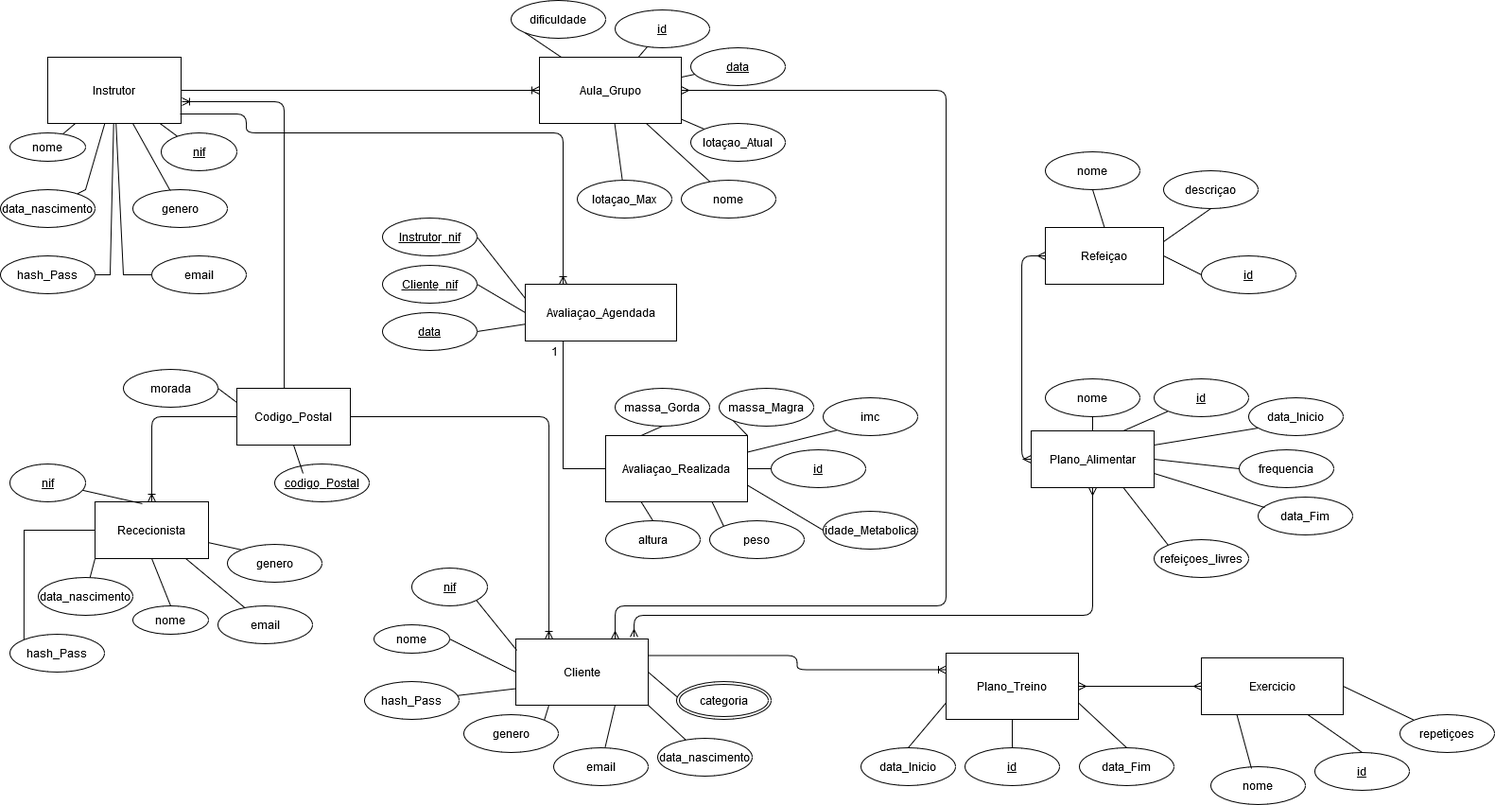
The draw.io diagram UMFit-DataBase/Modelo_Conceptual.png in devzizu/umfit, before a commit. Source tidied: cells renumbered, new cells last; positions are measured from the earlier drawing's top-left corner, leaving out a move shared by most shapes.
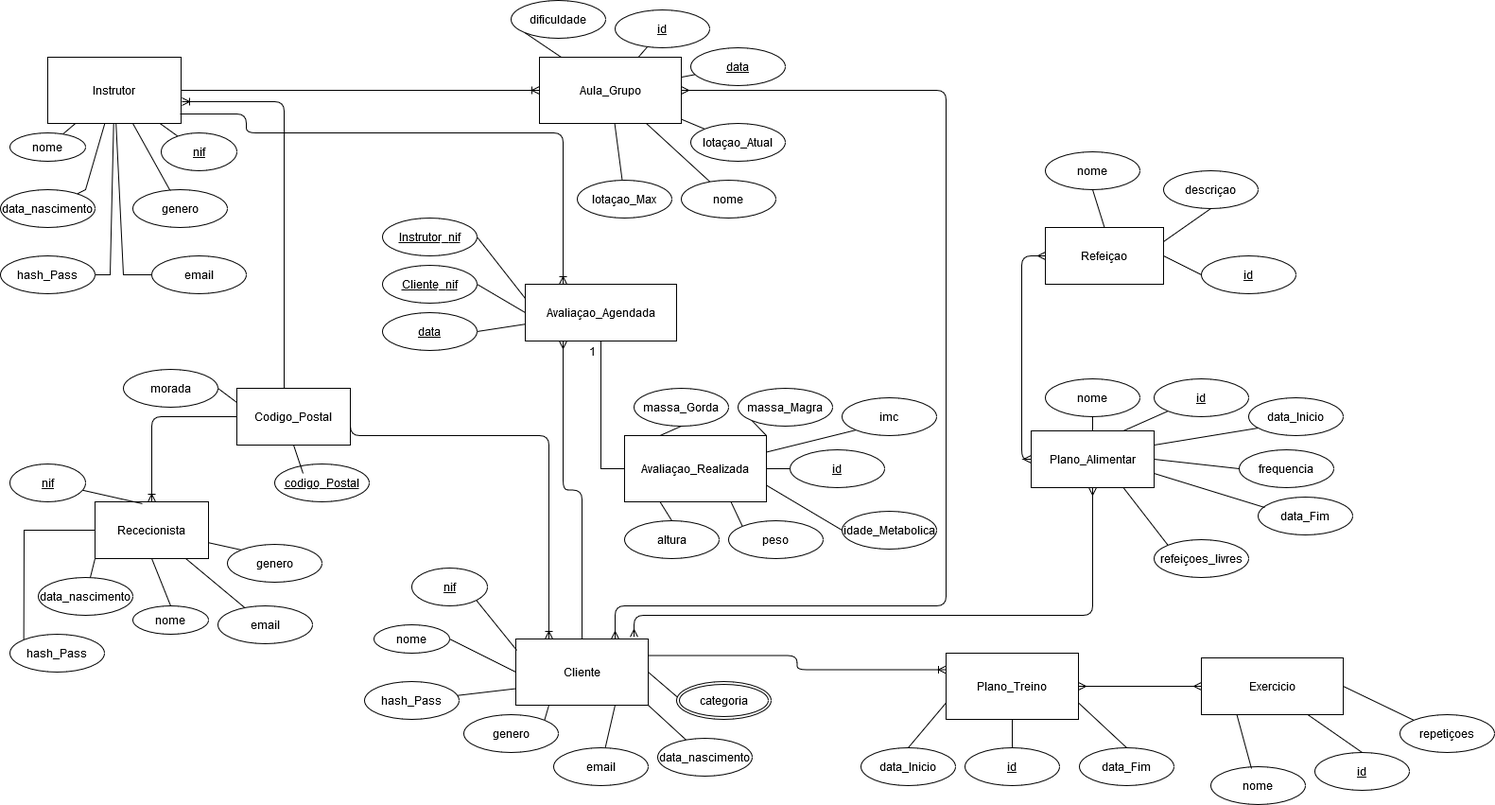
Later version of the same file.

Commit message:
Correçao do Modelo Conceptual

Diff of the diagram source:
```diff
@@ -205,7 +205,12 @@
       </mxGeometry>
     </mxCell>
     <mxCell id="61" style="edgeStyle=orthogonalEdgeStyle;fontSize=12;html=1;endArrow=ERoneToMany;exitX=1;exitY=0.5;exitDx=0;exitDy=0;entryX=0.25;entryY=0;entryDx=0;entryDy=0;" parent="1" edge="1" source="56" target="42">
-      <mxGeometry relative="1" as="geometry" />
+      <mxGeometry relative="1" as="geometry">
+        <Array as="points">
+          <mxPoint x="370" y="460" />
+          <mxPoint x="580" y="460" />
+        </Array>
+      </mxGeometry>
     </mxCell>
     <mxCell id="62" style="edgeStyle=orthogonalEdgeStyle;fontSize=12;html=1;endArrow=ERoneToMany;exitX=0;exitY=0.5;exitDx=0;exitDy=0;entryX=0.5;entryY=0;entryDx=0;entryDy=0;" parent="1" edge="1" source="56" target="29">
       <mxGeometry relative="1" as="geometry" />
@@ -220,7 +225,7 @@
       <mxGeometry x="404" y="230" width="100" height="40" as="geometry" />
     </mxCell>
     <mxCell id="66" value="id" style="ellipse;whiteSpace=wrap;html=1;align=center;fontStyle=4;rounded=0;shadow=0;comic=0;" parent="1" vertex="1">
-      <mxGeometry x="815" y="475" width="100" height="40" as="geometry" />
+      <mxGeometry x="835" y="475" width="100" height="40" as="geometry" />
     </mxCell>
     <mxCell id="67" value="&lt;div&gt;Cliente_nif&lt;/div&gt;" style="ellipse;whiteSpace=wrap;html=1;align=center;fontStyle=4;rounded=0;shadow=0;comic=0;" parent="1" vertex="1">
       <mxGeometry x="404" y="280" width="100" height="40" as="geometry" />
@@ -238,7 +243,7 @@
       <mxGeometry relative="1" as="geometry" />
     </mxCell>
     <mxCell id="72" value="&lt;div&gt;Avaliaçao_Realizada&lt;/div&gt;" style="whiteSpace=wrap;html=1;align=center;rounded=0;shadow=0;comic=0;" parent="1" vertex="1">
-      <mxGeometry x="640" y="460" width="150" height="70" as="geometry" />
+      <mxGeometry x="660" y="460" width="150" height="70" as="geometry" />
     </mxCell>
     <mxCell id="73" style="edgeStyle=orthogonalEdgeStyle;fontSize=12;html=1;endArrow=ERoneToMany;exitX=0.993;exitY=0.857;exitDx=0;exitDy=0;exitPerimeter=0;entryX=0.25;entryY=0;entryDx=0;entryDy=0;" parent="1" edge="1" source="3" target="64">
       <mxGeometry relative="1" as="geometry">
@@ -250,22 +255,22 @@
       </mxGeometry>
     </mxCell>
     <mxCell id="74" value="altura" style="ellipse;whiteSpace=wrap;html=1;align=center;rounded=0;shadow=0;comic=0;" parent="1" vertex="1">
-      <mxGeometry x="640" y="550" width="100" height="40" as="geometry" />
+      <mxGeometry x="660" y="550" width="100" height="40" as="geometry" />
     </mxCell>
     <mxCell id="75" value="peso" style="ellipse;whiteSpace=wrap;html=1;align=center;rounded=0;shadow=0;comic=0;" parent="1" vertex="1">
-      <mxGeometry x="750" y="550" width="100" height="40" as="geometry" />
+      <mxGeometry x="770" y="550" width="100" height="40" as="geometry" />
     </mxCell>
     <mxCell id="76" value="massa_Gorda" style="ellipse;whiteSpace=wrap;html=1;align=center;rounded=0;shadow=0;comic=0;" parent="1" vertex="1">
-      <mxGeometry x="650" y="410" width="100" height="40" as="geometry" />
+      <mxGeometry x="670" y="410" width="100" height="40" as="geometry" />
     </mxCell>
     <mxCell id="77" value="massa_Magra" style="ellipse;whiteSpace=wrap;html=1;align=center;rounded=0;shadow=0;comic=0;" parent="1" vertex="1">
-      <mxGeometry x="760" y="410" width="100" height="40" as="geometry" />
+      <mxGeometry x="780" y="410" width="100" height="40" as="geometry" />
     </mxCell>
     <mxCell id="78" value="imc" style="ellipse;whiteSpace=wrap;html=1;align=center;rounded=0;shadow=0;comic=0;" parent="1" vertex="1">
-      <mxGeometry x="870" y="420" width="100" height="40" as="geometry" />
+      <mxGeometry x="890" y="420" width="100" height="40" as="geometry" />
     </mxCell>
     <mxCell id="79" value="idade_Metabolica" style="ellipse;whiteSpace=wrap;html=1;align=center;rounded=0;shadow=0;comic=0;" parent="1" vertex="1">
-      <mxGeometry x="870" y="540" width="100" height="40" as="geometry" />
+      <mxGeometry x="890" y="540" width="100" height="40" as="geometry" />
     </mxCell>
     <mxCell id="80" style="endArrow=none;html=1;rounded=0;entryX=0.25;entryY=1;entryDx=0;entryDy=0;exitX=0.5;exitY=0;exitDx=0;exitDy=0;" parent="1" edge="1" source="74" target="72">
       <mxGeometry relative="1" as="geometry" />
@@ -288,10 +293,10 @@
     <mxCell id="86" style="endArrow=none;html=1;rounded=0;entryX=0.25;entryY=0;entryDx=0;entryDy=0;exitX=0.5;exitY=1;exitDx=0;exitDy=0;" parent="1" edge="1" source="76" target="72">
       <mxGeometry relative="1" as="geometry" />
     </mxCell>
-    <mxCell id="87" style="endArrow=none;html=1;rounded=0;entryX=0.25;entryY=1;entryDx=0;entryDy=0;exitX=0;exitY=0.5;exitDx=0;exitDy=0;" parent="1" edge="1" source="72" target="64">
+    <mxCell id="87" style="endArrow=none;html=1;rounded=0;entryX=0.5;entryY=1;entryDx=0;entryDy=0;exitX=0;exitY=0.5;exitDx=0;exitDy=0;" parent="1" edge="1" source="72" target="64">
       <mxGeometry relative="1" as="geometry">
         <Array as="points">
-          <mxPoint x="595" y="495" />
+          <mxPoint x="635" y="495" />
         </Array>
       </mxGeometry>
     </mxCell>
@@ -433,5 +438,8 @@
     <mxCell id="128" style="endArrow=none;html=1;rounded=0;entryX=1;entryY=0.5;entryDx=0;entryDy=0;exitX=0;exitY=0.5;exitDx=0;exitDy=0;" parent="1" edge="1" source="123" target="121">
       <mxGeometry relative="1" as="geometry" />
     </mxCell>
+    <mxCell id="129" style="edgeStyle=orthogonalEdgeStyle;fontSize=12;html=1;endArrow=ERmany;exitX=0.5;exitY=0;exitDx=0;exitDy=0;entryX=0.25;entryY=1;entryDx=0;entryDy=0;" parent="1" edge="1" source="42" target="64">
+      <mxGeometry relative="1" as="geometry" />
+    </mxCell>
   </root>
 </mxGraphModel>
```
